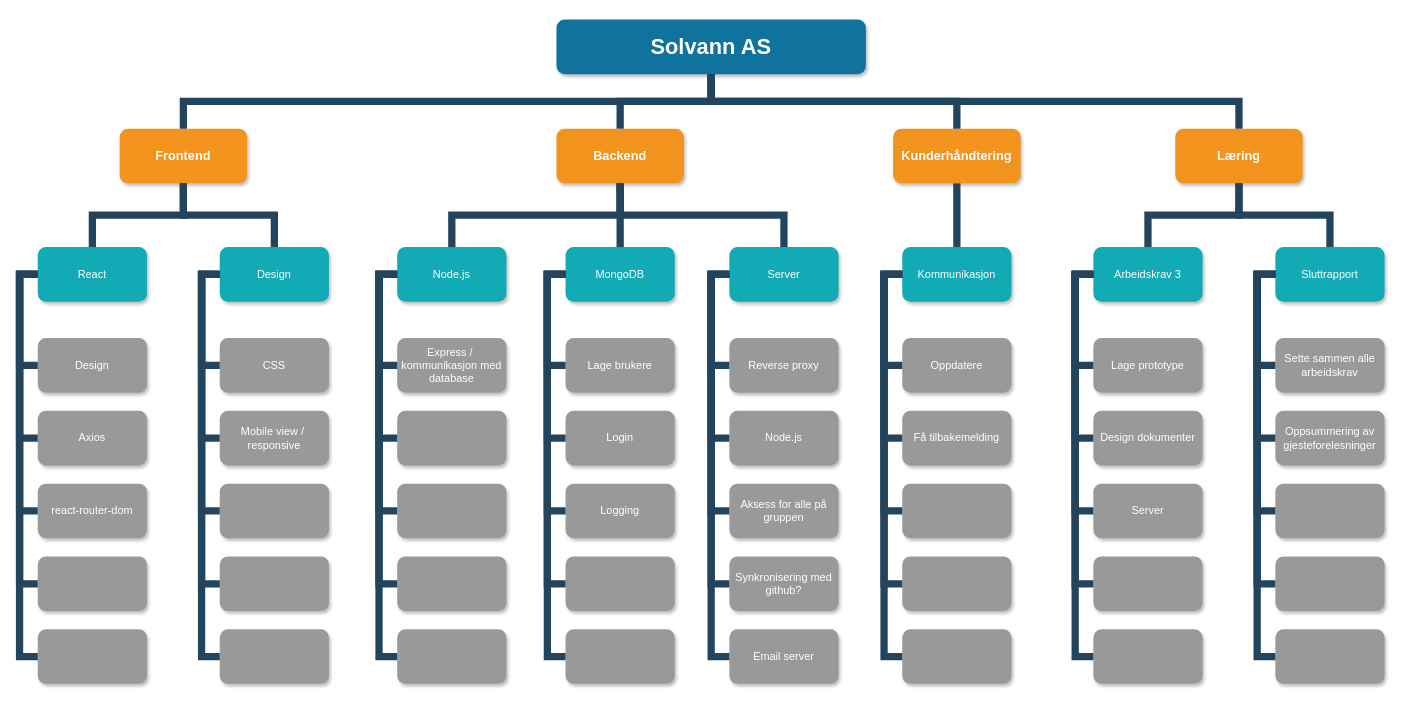
Before: Work Breakdown Structure.drawio in USN-Gjengen/APP2000_Gruppe06_Solvann-Driftsystem, a draw.io diagram. Source tidied: cells renumbered, new cells numbered last; positions are measured from the earlier drawing's top-left corner, leaving out a move shared by most shapes. Both pictures are drawn from the tidied source at 91%, with x=0, y=0 at pixel (19, 19).
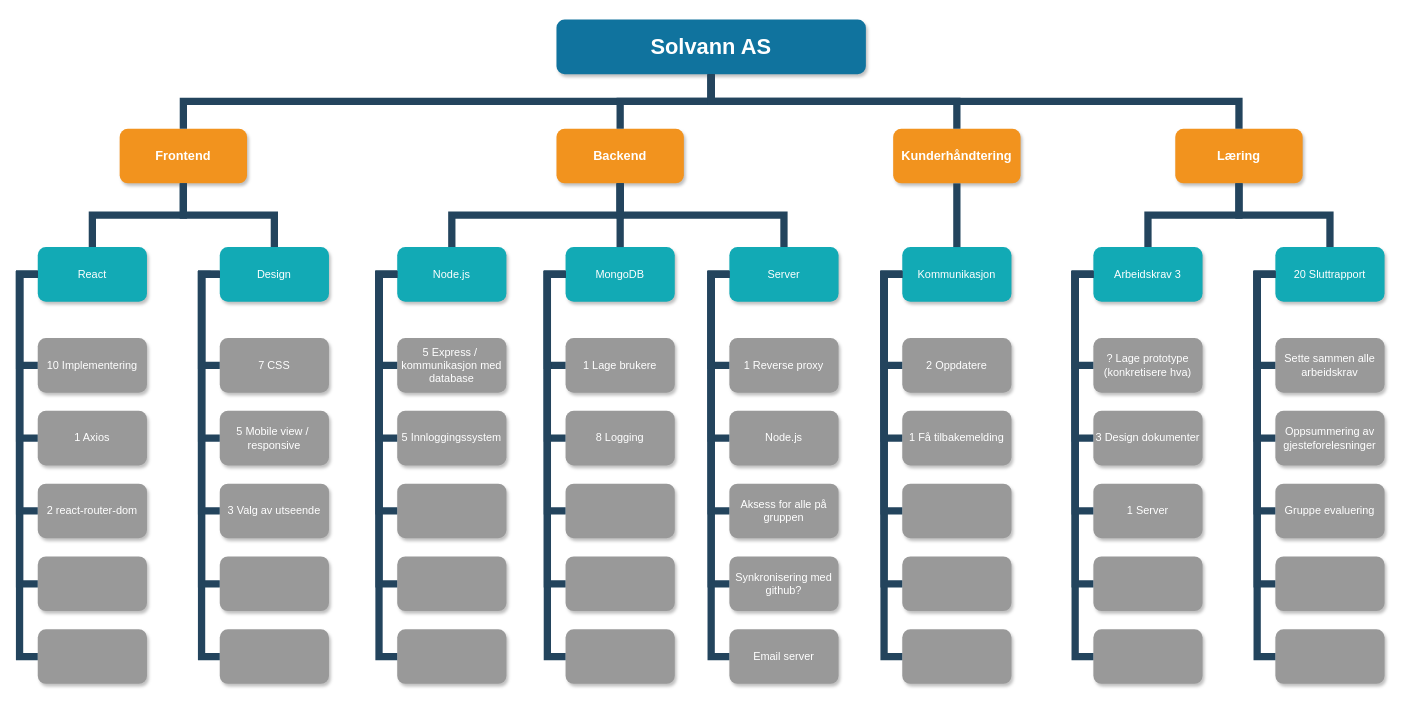
Above is the later version.

Commit message:
Update story points

Diff of the diagram source:
```diff
@@
-    <mxCell id="9" value="Design" style="whiteSpace=wrap;rounded=1;fillColor=#999999;strokeColor=none;shadow=1;fontColor=#FFFFFF;fontStyle=0;" parent="1" vertex="1">
+    <mxCell id="9" value="10 Implementering" style="whiteSpace=wrap;rounded=1;fillColor=#999999;strokeColor=none;shadow=1;fontColor=#FFFFFF;fontStyle=0;" parent="1" vertex="1">
       <mxGeometry x="20" y="350" width="120" height="60" as="geometry" />
     </mxCell>
-    <mxCell id="10" value="Axios" style="whiteSpace=wrap;rounded=1;fillColor=#999999;strokeColor=none;shadow=1;fontColor=#FFFFFF;fontStyle=0;" parent="1" vertex="1">
+    <mxCell id="10" value="1 Axios" style="whiteSpace=wrap;rounded=1;fillColor=#999999;strokeColor=none;shadow=1;fontColor=#FFFFFF;fontStyle=0;" parent="1" vertex="1">
       <mxGeometry x="20" y="430" width="120" height="60" as="geometry" />
     </mxCell>
-    <mxCell id="11" value="react-router-dom" style="whiteSpace=wrap;rounded=1;fillColor=#999999;strokeColor=none;shadow=1;fontColor=#FFFFFF;fontStyle=0;" parent="1" vertex="1">
+    <mxCell id="11" value="2 react-router-dom" style="whiteSpace=wrap;rounded=1;fillColor=#999999;strokeColor=none;shadow=1;fontColor=#FFFFFF;fontStyle=0;" parent="1" vertex="1">
       <mxGeometry x="20" y="510" width="120" height="60" as="geometry" />
     </mxCell>
@@
-    <mxCell id="14" value="CSS" style="whiteSpace=wrap;rounded=1;fillColor=#999999;strokeColor=none;shadow=1;fontColor=#FFFFFF;fontStyle=0;" parent="1" vertex="1">
+    <mxCell id="14" value="7 CSS" style="whiteSpace=wrap;rounded=1;fillColor=#999999;strokeColor=none;shadow=1;fontColor=#FFFFFF;fontStyle=0;" parent="1" vertex="1">
       <mxGeometry x="220" y="350" width="120" height="60" as="geometry" />
     </mxCell>
-    <mxCell id="15" value="Mobile view / &#10;responsive" style="whiteSpace=wrap;rounded=1;fillColor=#999999;strokeColor=none;shadow=1;fontColor=#FFFFFF;fontStyle=0;" parent="1" vertex="1">
+    <mxCell id="15" value="5 Mobile view / &#10;responsive" style="whiteSpace=wrap;rounded=1;fillColor=#999999;strokeColor=none;shadow=1;fontColor=#FFFFFF;fontStyle=0;" parent="1" vertex="1">
       <mxGeometry x="220" y="430" width="120" height="60" as="geometry" />
     </mxCell>
-    <mxCell id="16" style="whiteSpace=wrap;rounded=1;fillColor=#999999;strokeColor=none;shadow=1;fontColor=#FFFFFF;fontStyle=0;" parent="1" vertex="1">
+    <mxCell id="16" value="3 Valg av utseende" style="whiteSpace=wrap;rounded=1;fillColor=#999999;strokeColor=none;shadow=1;fontColor=#FFFFFF;fontStyle=0;" parent="1" vertex="1">
       <mxGeometry x="220" y="510" width="120" height="60" as="geometry" />
     </mxCell>
@@
-    <mxCell id="20" value="Express / &#10;kommunikasjon med&#10;database" style="whiteSpace=wrap;rounded=1;fillColor=#999999;strokeColor=none;shadow=1;fontColor=#FFFFFF;fontStyle=0;" parent="1" vertex="1">
+    <mxCell id="20" value="5 Express / &#10;kommunikasjon med&#10;database" style="whiteSpace=wrap;rounded=1;fillColor=#999999;strokeColor=none;shadow=1;fontColor=#FFFFFF;fontStyle=0;" parent="1" vertex="1">
       <mxGeometry x="415" y="350" width="120" height="60" as="geometry" />
     </mxCell>
-    <mxCell id="21" style="whiteSpace=wrap;rounded=1;fillColor=#999999;strokeColor=none;shadow=1;fontColor=#FFFFFF;fontStyle=0;" parent="1" vertex="1">
+    <mxCell id="21" value="5 Innloggingssystem" style="whiteSpace=wrap;rounded=1;fillColor=#999999;strokeColor=none;shadow=1;fontColor=#FFFFFF;fontStyle=0;" parent="1" vertex="1">
       <mxGeometry x="415" y="430" width="120" height="60" as="geometry" />
     </mxCell>
@@
-    <mxCell id="45" value="Lage brukere" style="whiteSpace=wrap;rounded=1;fillColor=#999999;strokeColor=none;shadow=1;fontColor=#FFFFFF;fontStyle=0;" parent="1" vertex="1">
+    <mxCell id="45" value="1 Lage brukere" style="whiteSpace=wrap;rounded=1;fillColor=#999999;strokeColor=none;shadow=1;fontColor=#FFFFFF;fontStyle=0;" parent="1" vertex="1">
       <mxGeometry x="600" y="350" width="120" height="60" as="geometry" />
     </mxCell>
-    <mxCell id="46" value="Login" style="whiteSpace=wrap;rounded=1;fillColor=#999999;strokeColor=none;shadow=1;fontColor=#FFFFFF;fontStyle=0;" parent="1" vertex="1">
+    <mxCell id="46" value="8 Logging" style="whiteSpace=wrap;rounded=1;fillColor=#999999;strokeColor=none;shadow=1;fontColor=#FFFFFF;fontStyle=0;" parent="1" vertex="1">
       <mxGeometry x="600" y="430" width="120" height="60" as="geometry" />
     </mxCell>
-    <mxCell id="47" value="Logging" style="whiteSpace=wrap;rounded=1;fillColor=#999999;strokeColor=none;shadow=1;fontColor=#FFFFFF;fontStyle=0;" parent="1" vertex="1">
+    <mxCell id="47" style="whiteSpace=wrap;rounded=1;fillColor=#999999;strokeColor=none;shadow=1;fontColor=#FFFFFF;fontStyle=0;" parent="1" vertex="1">
       <mxGeometry x="600" y="510" width="120" height="60" as="geometry" />
     </mxCell>
@@
-    <mxCell id="50" value="Oppdatere" style="whiteSpace=wrap;rounded=1;fillColor=#999999;strokeColor=none;shadow=1;fontColor=#FFFFFF;fontStyle=0;" parent="1" vertex="1">
+    <mxCell id="50" value="2 Oppdatere" style="whiteSpace=wrap;rounded=1;fillColor=#999999;strokeColor=none;shadow=1;fontColor=#FFFFFF;fontStyle=0;" parent="1" vertex="1">
       <mxGeometry x="970" y="350" width="120" height="60" as="geometry" />
     </mxCell>
-    <mxCell id="51" value="Få tilbakemelding" style="whiteSpace=wrap;rounded=1;fillColor=#999999;strokeColor=none;shadow=1;fontColor=#FFFFFF;fontStyle=0;" parent="1" vertex="1">
+    <mxCell id="51" value="1 Få tilbakemelding" style="whiteSpace=wrap;rounded=1;fillColor=#999999;strokeColor=none;shadow=1;fontColor=#FFFFFF;fontStyle=0;" parent="1" vertex="1">
       <mxGeometry x="970" y="430" width="120" height="60" as="geometry" />
     </mxCell>
@@
-    <mxCell id="66" value="Sluttrapport" style="whiteSpace=wrap;rounded=1;fillColor=#12AAB5;strokeColor=none;shadow=1;fontColor=#FFFFFF;" parent="1" vertex="1">
+    <mxCell id="66" value="20 Sluttrapport" style="whiteSpace=wrap;rounded=1;fillColor=#12AAB5;strokeColor=none;shadow=1;fontColor=#FFFFFF;" parent="1" vertex="1">
       <mxGeometry x="1380" y="250" width="120" height="60" as="geometry" />
     </mxCell>
-    <mxCell id="67" value="Lage prototype" style="whiteSpace=wrap;rounded=1;fillColor=#999999;strokeColor=none;shadow=1;fontColor=#FFFFFF;fontStyle=0;" parent="1" vertex="1">
+    <mxCell id="67" value="? Lage prototype&#10;(konkretisere hva)" style="whiteSpace=wrap;rounded=1;fillColor=#999999;strokeColor=none;shadow=1;fontColor=#FFFFFF;fontStyle=0;" parent="1" vertex="1">
       <mxGeometry x="1180" y="350" width="120" height="60" as="geometry" />
     </mxCell>
-    <mxCell id="68" value="Design dokumenter" style="whiteSpace=wrap;rounded=1;fillColor=#999999;strokeColor=none;shadow=1;fontColor=#FFFFFF;fontStyle=0;" parent="1" vertex="1">
+    <mxCell id="68" value="3 Design dokumenter" style="whiteSpace=wrap;rounded=1;fillColor=#999999;strokeColor=none;shadow=1;fontColor=#FFFFFF;fontStyle=0;" parent="1" vertex="1">
       <mxGeometry x="1180" y="430" width="120" height="60" as="geometry" />
     </mxCell>
-    <mxCell id="69" value="Server" style="whiteSpace=wrap;rounded=1;fillColor=#999999;strokeColor=none;shadow=1;fontColor=#FFFFFF;fontStyle=0;" parent="1" vertex="1">
+    <mxCell id="69" value="1 Server" style="whiteSpace=wrap;rounded=1;fillColor=#999999;strokeColor=none;shadow=1;fontColor=#FFFFFF;fontStyle=0;" parent="1" vertex="1">
       <mxGeometry x="1180" y="510" width="120" height="60" as="geometry" />
     </mxCell>
@@
-    <mxCell id="74" style="whiteSpace=wrap;rounded=1;fillColor=#999999;strokeColor=none;shadow=1;fontColor=#FFFFFF;fontStyle=0;" parent="1" vertex="1">
+    <mxCell id="74" value="Gruppe evaluering" style="whiteSpace=wrap;rounded=1;fillColor=#999999;strokeColor=none;shadow=1;fontColor=#FFFFFF;fontStyle=0;" parent="1" vertex="1">
       <mxGeometry x="1380" y="510" width="120" height="60" as="geometry" />
     </mxCell>
@@
-    <mxCell id="88" value="Reverse proxy" style="whiteSpace=wrap;rounded=1;fillColor=#999999;strokeColor=none;shadow=1;fontColor=#FFFFFF;fontStyle=0;" parent="1" vertex="1">
+    <mxCell id="88" value="1 Reverse proxy" style="whiteSpace=wrap;rounded=1;fillColor=#999999;strokeColor=none;shadow=1;fontColor=#FFFFFF;fontStyle=0;" parent="1" vertex="1">
       <mxGeometry x="780" y="350" width="120" height="60" as="geometry" />
     </mxCell>
```
